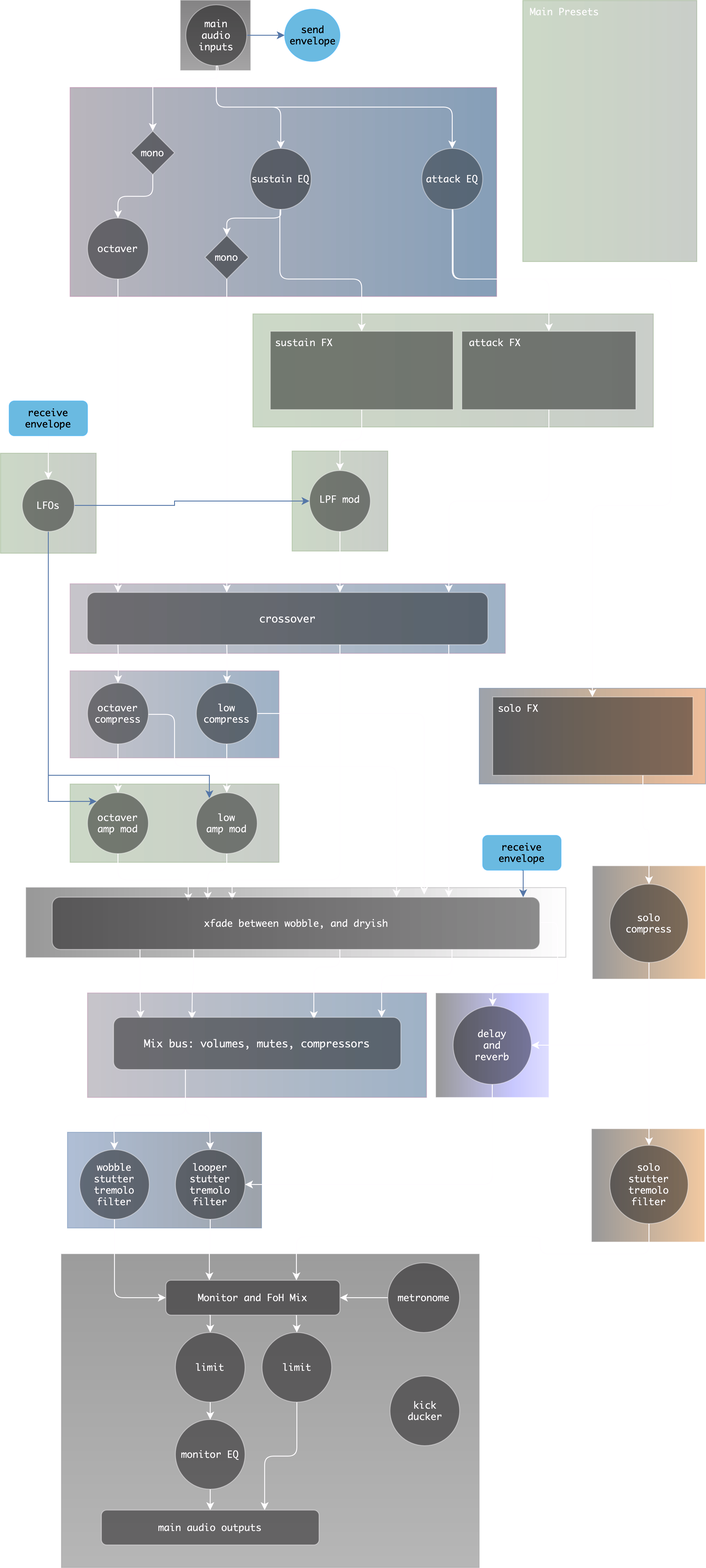
This is SousaFX/media/Sousastep_signalflow.drawio.png from Sousastep/sousastep, a draw.io export, as it was before one commit. Source tidied: cells renumbered, new cells last; positions are measured from the earlier drawing's top-left corner, leaving out a move shared by most shapes.
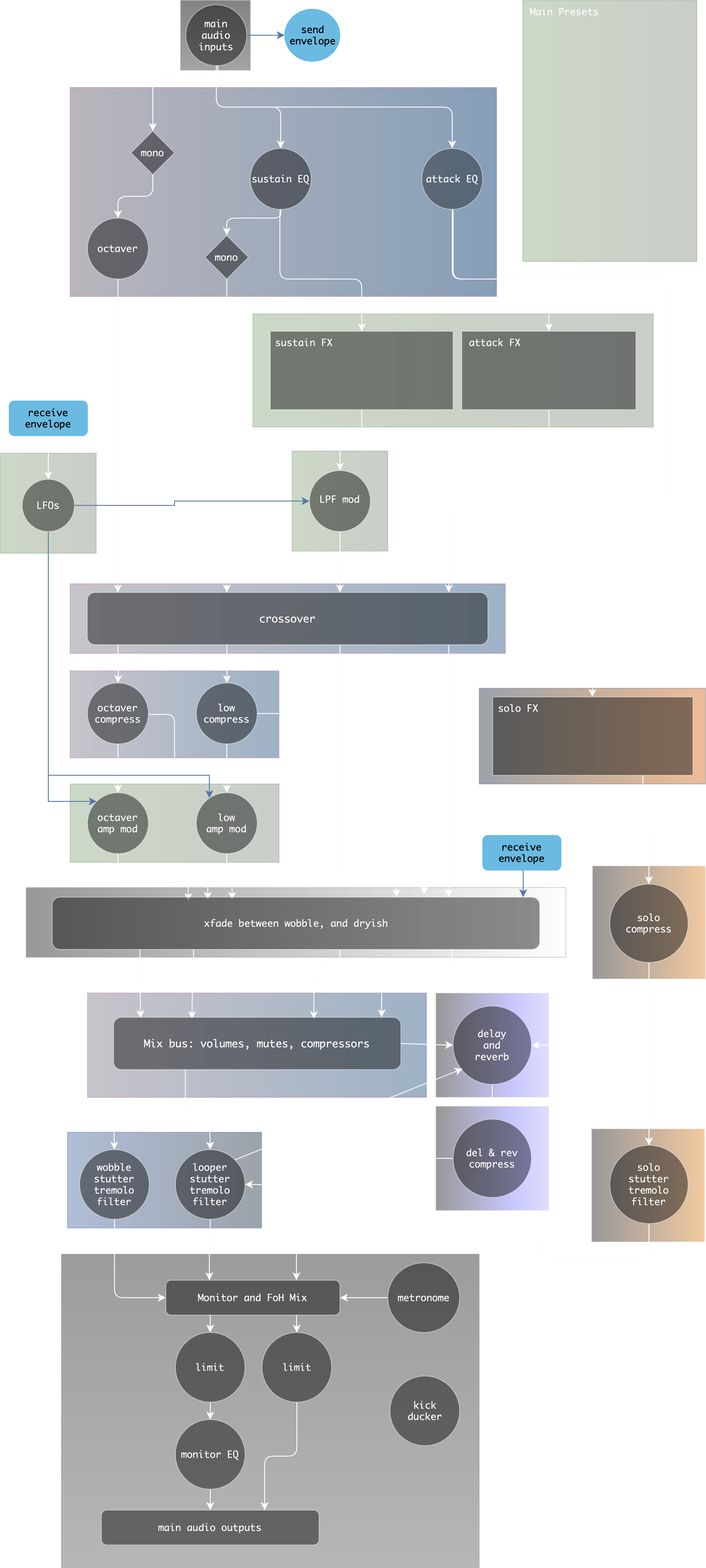
Above is the later version.

Commit message:
add compressor post-reverb

Change to the diagram source:
```diff
@@ -216,9 +216,9 @@
     <mxCell id="53" value="solo FX" style="rectangle;whiteSpace=wrap;html=1;opacity=44;fontFamily=Monaco;fontSize=11;align=left;verticalAlign=top;shadow=0;strokeWidth=1;spacing=6;spacingTop=-4;" parent="1" vertex="1">
       <mxGeometry x="565.5" y="800" width="230" height="90" as="geometry" />
     </mxCell>
-    <mxCell id="54" style="edgeStyle=orthogonalEdgeStyle;rounded=1;jettySize=auto;html=1;exitX=0.5;exitY=1;exitDx=0;exitDy=0;entryX=1;entryY=0.5;entryDx=0;entryDy=0;curved=0;" parent="1" edge="1" source="55" target="86">
-      <mxGeometry relative="1" as="geometry" />
-    </mxCell>
+    <mxCell id="103" style="edgeStyle=orthogonalEdgeStyle;rounded=0;jettySize=auto;html=1;exitX=0.5;exitY=1;exitDx=0;exitDy=0;entryX=0.5;entryY=0;entryDx=0;entryDy=0;" parent="1" edge="1" source="55" target="107">
+      <mxGeometry relative="1" as="geometry" />
+    </mxCell>
     <mxCell id="55" value="&lt;div&gt;delay&lt;/div&gt;&lt;div&gt;and&lt;/div&gt;&lt;div&gt;reverb&lt;/div&gt;" style="ellipse;whiteSpace=wrap;html=1;opacity=44;fontFamily=Monaco;fontSize=11;rounded=0;perimeter=rhombusPerimeter;" parent="1" vertex="1">
       <mxGeometry x="520" y="1155" width="90" height="90" as="geometry" />
     </mxCell>
@@ -285,16 +285,6 @@
     <mxCell id="69" value="receive envelope" style="rounded=1;whiteSpace=wrap;html=1;fontSize=11;glass=0;strokeWidth=1;shadow=0;fillColor=#1ba1e2;fontColor=#ffffff;strokeColor=#006EAF;opacity=60;fontFamily=Monaco;" parent="1" vertex="1">
       <mxGeometry x="10" y="460" width="90" height="40" as="geometry" />
     </mxCell>
-    <mxCell id="70" style="edgeStyle=orthogonalEdgeStyle;rounded=1;jettySize=auto;html=1;exitX=1;exitY=0.5;exitDx=0;exitDy=0;exitPerimeter=0;" parent="1" edge="1" source="75">
-      <mxGeometry relative="1" as="geometry">
-        <mxPoint x="565.5" y="1155" as="targetPoint" />
-        <Array as="points">
-          <mxPoint x="640" y="1059" />
-          <mxPoint x="640" y="1130" />
-          <mxPoint x="566" y="1130" />
-        </Array>
-      </mxGeometry>
-    </mxCell>
     <mxCell id="71" style="edgeStyle=orthogonalEdgeStyle;rounded=1;jettySize=auto;html=1;exitX=0.59;exitY=1;exitDx=0;exitDy=0;exitPerimeter=0;entryX=0.697;entryY=0.033;entryDx=0;entryDy=0;entryPerimeter=0;" parent="1" edge="1" source="75" target="83">
       <mxGeometry relative="1" as="geometry">
         <Array as="points">
@@ -358,6 +348,9 @@
         </Array>
       </mxGeometry>
     </mxCell>
+    <mxCell id="104" style="rounded=0;jettySize=auto;html=1;exitX=1;exitY=0.5;exitDx=0;exitDy=0;entryX=0;entryY=0.5;entryDx=0;entryDy=0;" parent="1" edge="1" source="83" target="55">
+      <mxGeometry relative="1" as="geometry" />
+    </mxCell>
     <mxCell id="83" value="Mix bus: volumes, mutes, compressors" style="rounded=1;whiteSpace=wrap;html=1;fontFamily=Monaco;opacity=44;" parent="1" vertex="1">
       <mxGeometry x="130" y="1168" width="330" height="60" as="geometry" />
     </mxCell>
@@ -424,8 +417,8 @@
     <mxCell id="101" style="edgeStyle=orthogonalEdgeStyle;rounded=1;jettySize=auto;html=1;exitX=0.5;exitY=1;exitDx=0;exitDy=0;entryX=0.75;entryY=0;entryDx=0;entryDy=0;curved=0;" parent="1" edge="1" source="102" target="100">
       <mxGeometry relative="1" as="geometry">
         <Array as="points">
-          <mxPoint x="745" y="1440" />
-          <mxPoint x="620" y="1440" />
+          <mxPoint x="745" y="1450" />
+          <mxPoint x="620" y="1450" />
           <mxPoint x="620" y="1420" />
           <mxPoint x="340" y="1420" />
         </Array>
@@ -434,5 +427,17 @@
     <mxCell id="102" value="&lt;div&gt;solo&lt;/div&gt;&lt;div&gt;stutter tremolo filter&lt;/div&gt;" style="ellipse;whiteSpace=wrap;html=1;opacity=44;fontFamily=Monaco;fontSize=11;" parent="1" vertex="1">
       <mxGeometry x="700" y="1315" width="90" height="90" as="geometry" />
     </mxCell>
+    <mxCell id="105" style="rounded=0;whiteSpace=wrap;html=1;fillColor=#3333FF;strokeColor=default;opacity=40;gradientColor=#FFFFFF;gradientDirection=west;" parent="1" vertex="1">
+      <mxGeometry x="500" y="1270" width="130" height="120" as="geometry" />
+    </mxCell>
+    <mxCell id="106" style="edgeStyle=orthogonalEdgeStyle;rounded=1;jettySize=auto;html=1;exitX=0;exitY=0.5;exitDx=0;exitDy=0;entryX=1;entryY=0.5;entryDx=0;entryDy=0;curved=0;" parent="1" edge="1" source="107" target="86">
+      <mxGeometry relative="1" as="geometry" />
+    </mxCell>
+    <mxCell id="107" value="&lt;div&gt;del &amp;amp; rev&lt;br&gt;&lt;/div&gt;&lt;div&gt;compress&lt;br&gt;&lt;/div&gt;" style="ellipse;whiteSpace=wrap;html=1;opacity=44;fontFamily=Monaco;fontSize=11;rounded=0;perimeter=rhombusPerimeter;" parent="1" vertex="1">
+      <mxGeometry x="520" y="1285" width="90" height="90" as="geometry" />
+    </mxCell>
+    <mxCell id="108" style="rounded=1;jettySize=auto;html=1;exitX=1;exitY=0;exitDx=0;exitDy=0;entryX=0.122;entryY=0.8;entryDx=0;entryDy=0;entryPerimeter=0;" parent="1" edge="1" source="86" target="55">
+      <mxGeometry relative="1" as="geometry" />
+    </mxCell>
   </root>
 </mxGraphModel>
```
